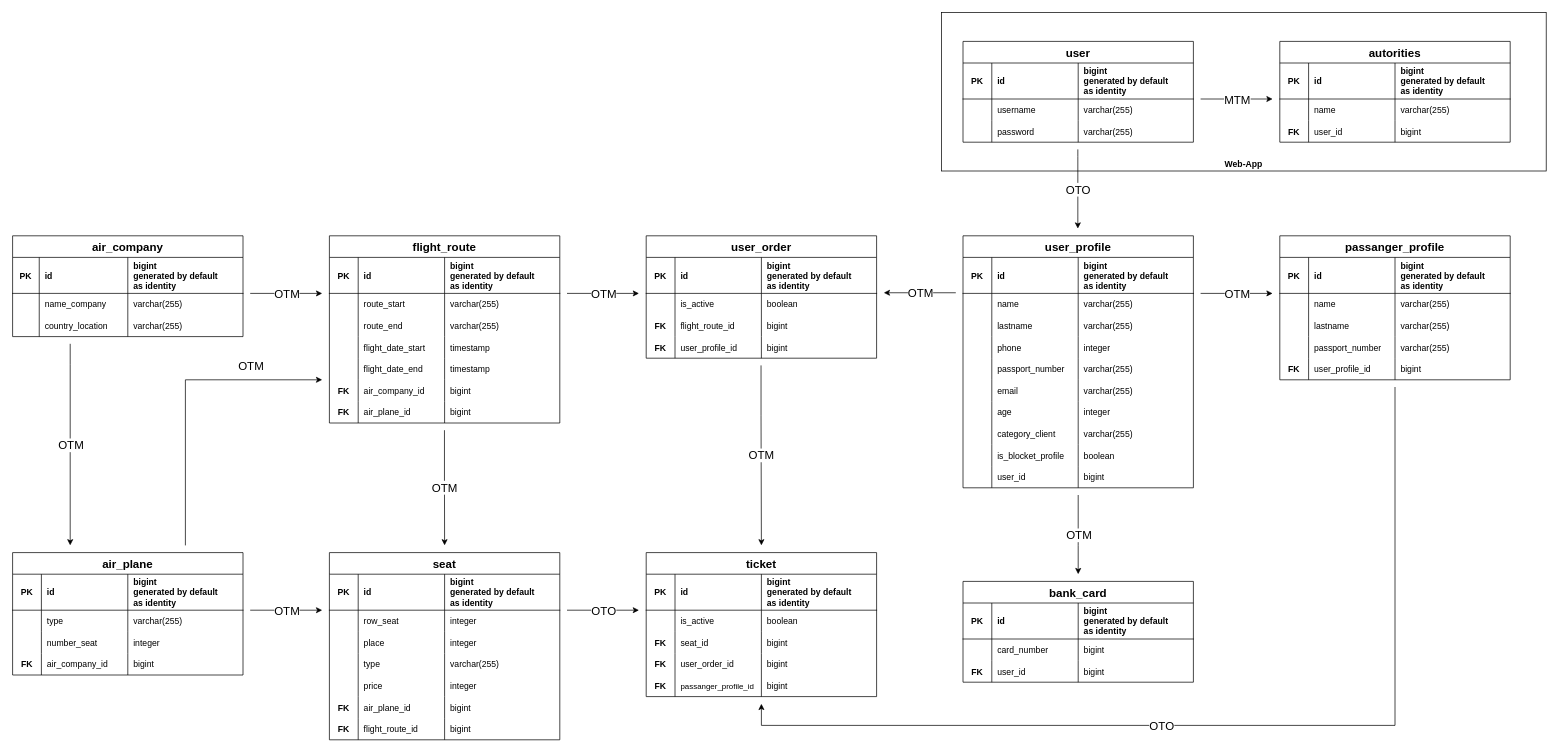
This is Untitled Diagram.drawio from anomalmishka/myProject, a draw.io file, before an edit. Source tidied: cells renumbered, new cells numbered last; positions are measured from the earlier drawing's top-left corner, leaving out a move shared by most shapes. Both pictures are drawn from the tidied source at 72%, with x=0, y=0 at pixel (12, 12).
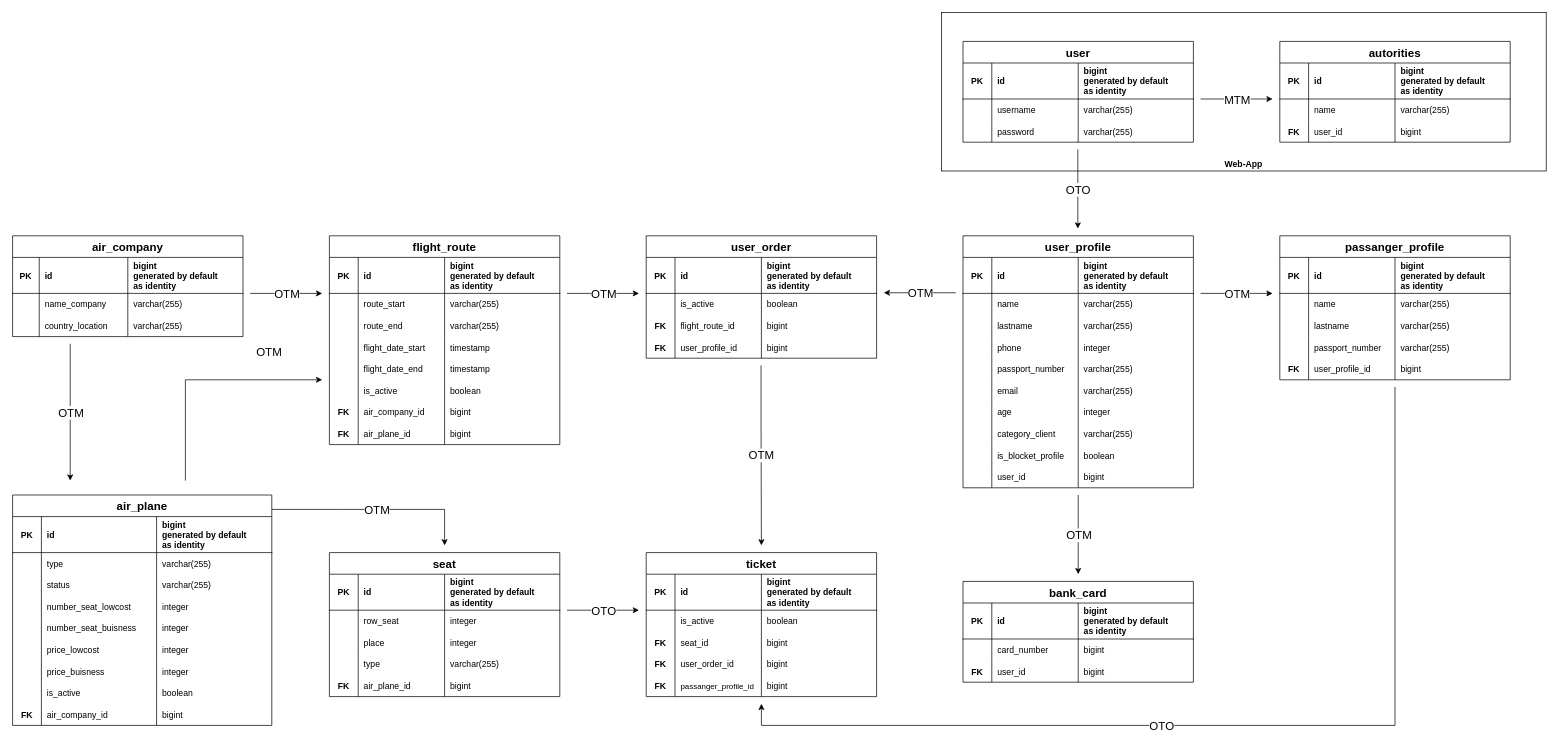
The same page after the edit.

The edit, as a diff of the source:
```diff
@@
     <mxCell id="91" style="endArrow=classic;html=1;rounded=0;fontSize=16;edgeStyle=orthogonalEdgeStyle;" parent="1" edge="1">
       <mxGeometry relative="1" as="geometry">
         <mxPoint x="80" y="460" as="sourcePoint" />
-        <mxPoint x="80" y="740" as="targetPoint" />
+        <mxPoint x="80" y="650" as="targetPoint" />
         <Array as="points">
           <mxPoint x="79.7" y="489" />
           <mxPoint x="79.7" y="709" />
         </Array>
       </mxGeometry>
     </mxCell>
@@
     <mxCell id="93" value="air_plane" style="shape=table;startSize=30;childLayout=tableLayout;rowLines=0;fontStyle=1;align=center;fontSize=16;spacing=2;" parent="1" vertex="1">
-      <mxGeometry y="750" width="320" height="170" as="geometry" />
+      <mxGeometry y="670" width="360" height="320" as="geometry" />
     </mxCell>
     <mxCell id="94" style="shape=partialRectangle;fillColor=none;top=0;left=0;right=0;bottom=1;" parent="93" vertex="1">
-      <mxGeometry y="30" width="320" height="50" as="geometry" />
+      <mxGeometry y="30" width="360" height="50" as="geometry" />
     </mxCell>
@@
     <mxCell id="96" value="id" style="shape=partialRectangle;overflow=hidden;fillColor=none;top=0;left=0;bottom=0;right=0;align=left;spacingLeft=6;fontStyle=1;" parent="94" vertex="1">
-      <mxGeometry x="40" width="120" height="50" as="geometry" />
+      <mxGeometry x="40" width="160" height="50" as="geometry" />
     </mxCell>
     <mxCell id="97" value="bigint &#10;generated by default &#10;as identity" style="shape=partialRectangle;overflow=hidden;fillColor=none;top=0;left=0;bottom=0;right=0;align=left;spacingLeft=6;fontStyle=1;spacing=2;" parent="94" vertex="1">
-      <mxGeometry x="160" width="160" height="50" as="geometry" />
+      <mxGeometry x="200" width="160" height="50" as="geometry" />
     </mxCell>
     <mxCell id="98" style="shape=partialRectangle;fillColor=none;top=0;left=0;right=0;bottom=0;" parent="93" vertex="1">
-      <mxGeometry y="80" width="320" height="30" as="geometry" />
+      <mxGeometry y="80" width="360" height="30" as="geometry" />
     </mxCell>
@@
     <mxCell id="100" value="type" style="shape=partialRectangle;overflow=hidden;fillColor=none;top=0;left=0;bottom=0;right=0;align=left;spacingLeft=6;fontStyle=0;" parent="98" vertex="1">
-      <mxGeometry x="40" width="120" height="30" as="geometry" />
+      <mxGeometry x="40" width="160" height="30" as="geometry" />
     </mxCell>
     <mxCell id="101" value="varchar(255)" style="shape=partialRectangle;overflow=hidden;fillColor=none;top=0;left=0;bottom=0;right=0;align=left;spacingLeft=6;fontStyle=0;" parent="98" vertex="1">
-      <mxGeometry x="160" width="160" height="30" as="geometry" />
+      <mxGeometry x="200" width="160" height="30" as="geometry" />
     </mxCell>
     <mxCell id="102" style="shape=partialRectangle;fillColor=none;top=0;left=0;right=0;bottom=0;" parent="93" vertex="1">
-      <mxGeometry y="110" width="320" height="30" as="geometry" />
+      <mxGeometry y="110" width="360" height="30" as="geometry" />
     </mxCell>
@@
-    <mxCell id="104" value="number_seat" style="shape=partialRectangle;overflow=hidden;fillColor=none;top=0;left=0;bottom=0;right=0;align=left;spacingLeft=6;fontStyle=0;" parent="102" vertex="1">
-      <mxGeometry x="40" width="120" height="30" as="geometry" />
+    <mxCell id="104" value="status" style="shape=partialRectangle;overflow=hidden;fillColor=none;top=0;left=0;bottom=0;right=0;align=left;spacingLeft=6;fontStyle=0;" parent="102" vertex="1">
+      <mxGeometry x="40" width="160" height="30" as="geometry" />
     </mxCell>
-    <mxCell id="105" value="integer" style="shape=partialRectangle;overflow=hidden;fillColor=none;top=0;left=0;bottom=0;right=0;align=left;spacingLeft=6;fontStyle=0;" parent="102" vertex="1">
-      <mxGeometry x="160" width="160" height="30" as="geometry" />
+    <mxCell id="105" value="varchar(255)" style="shape=partialRectangle;overflow=hidden;fillColor=none;top=0;left=0;bottom=0;right=0;align=left;spacingLeft=6;fontStyle=0;" parent="102" vertex="1">
+      <mxGeometry x="200" width="160" height="30" as="geometry" />
     </mxCell>
+    <mxCell id="258" style="shape=partialRectangle;fillColor=none;top=0;left=0;right=0;bottom=0;" parent="93" vertex="1">
+      <mxGeometry y="140" width="360" height="30" as="geometry" />
+    </mxCell>
+    <mxCell id="259" style="shape=partialRectangle;overflow=hidden;fillColor=none;top=0;left=0;bottom=0;right=0;" parent="258" vertex="1">
+      <mxGeometry width="40" height="30" as="geometry" />
+    </mxCell>
+    <mxCell id="260" value="number_seat_lowcost" style="shape=partialRectangle;overflow=hidden;fillColor=none;top=0;left=0;bottom=0;right=0;align=left;spacingLeft=6;fontStyle=0;" parent="258" vertex="1">
+      <mxGeometry x="40" width="160" height="30" as="geometry" />
+    </mxCell>
+    <mxCell id="261" value="integer" style="shape=partialRectangle;overflow=hidden;fillColor=none;top=0;left=0;bottom=0;right=0;align=left;spacingLeft=6;fontStyle=0;" parent="258" vertex="1">
+      <mxGeometry x="200" width="160" height="30" as="geometry" />
+    </mxCell>
+    <mxCell id="262" style="shape=partialRectangle;fillColor=none;top=0;left=0;right=0;bottom=0;" parent="93" vertex="1">
+      <mxGeometry y="170" width="360" height="30" as="geometry" />
+    </mxCell>
+    <mxCell id="263" style="shape=partialRectangle;overflow=hidden;fillColor=none;top=0;left=0;bottom=0;right=0;" parent="262" vertex="1">
+      <mxGeometry width="40" height="30" as="geometry" />
+    </mxCell>
+    <mxCell id="264" value="number_seat_buisness" style="shape=partialRectangle;overflow=hidden;fillColor=none;top=0;left=0;bottom=0;right=0;align=left;spacingLeft=6;fontStyle=0;" parent="262" vertex="1">
+      <mxGeometry x="40" width="160" height="30" as="geometry" />
+    </mxCell>
+    <mxCell id="265" value="integer" style="shape=partialRectangle;overflow=hidden;fillColor=none;top=0;left=0;bottom=0;right=0;align=left;spacingLeft=6;fontStyle=0;" parent="262" vertex="1">
+      <mxGeometry x="200" width="160" height="30" as="geometry" />
+    </mxCell>
+    <mxCell id="266" style="shape=partialRectangle;fillColor=none;top=0;left=0;right=0;bottom=0;" parent="93" vertex="1">
+      <mxGeometry y="200" width="360" height="30" as="geometry" />
+    </mxCell>
+    <mxCell id="267" style="shape=partialRectangle;overflow=hidden;fillColor=none;top=0;left=0;bottom=0;right=0;" parent="266" vertex="1">
+      <mxGeometry width="40" height="30" as="geometry" />
+    </mxCell>
+    <mxCell id="268" value="price_lowcost" style="shape=partialRectangle;overflow=hidden;fillColor=none;top=0;left=0;bottom=0;right=0;align=left;spacingLeft=6;fontStyle=0;" parent="266" vertex="1">
+      <mxGeometry x="40" width="160" height="30" as="geometry" />
+    </mxCell>
+    <mxCell id="269" value="integer" style="shape=partialRectangle;overflow=hidden;fillColor=none;top=0;left=0;bottom=0;right=0;align=left;spacingLeft=6;fontStyle=0;" parent="266" vertex="1">
+      <mxGeometry x="200" width="160" height="30" as="geometry" />
+    </mxCell>
+    <mxCell id="270" style="shape=partialRectangle;fillColor=none;top=0;left=0;right=0;bottom=0;" parent="93" vertex="1">
+      <mxGeometry y="230" width="360" height="30" as="geometry" />
+    </mxCell>
+    <mxCell id="271" style="shape=partialRectangle;overflow=hidden;fillColor=none;top=0;left=0;bottom=0;right=0;" parent="270" vertex="1">
+      <mxGeometry width="40" height="30" as="geometry" />
+    </mxCell>
+    <mxCell id="272" value="price_buisness" style="shape=partialRectangle;overflow=hidden;fillColor=none;top=0;left=0;bottom=0;right=0;align=left;spacingLeft=6;fontStyle=0;" parent="270" vertex="1">
+      <mxGeometry x="40" width="160" height="30" as="geometry" />
+    </mxCell>
+    <mxCell id="273" value="integer" style="shape=partialRectangle;overflow=hidden;fillColor=none;top=0;left=0;bottom=0;right=0;align=left;spacingLeft=6;fontStyle=0;" parent="270" vertex="1">
+      <mxGeometry x="200" width="160" height="30" as="geometry" />
+    </mxCell>
+    <mxCell id="274" style="shape=partialRectangle;fillColor=none;top=0;left=0;right=0;bottom=0;" parent="93" vertex="1">
+      <mxGeometry y="260" width="360" height="30" as="geometry" />
+    </mxCell>
+    <mxCell id="275" style="shape=partialRectangle;overflow=hidden;fillColor=none;top=0;left=0;bottom=0;right=0;" parent="274" vertex="1">
+      <mxGeometry width="40" height="30" as="geometry" />
+    </mxCell>
+    <mxCell id="276" value="is_active" style="shape=partialRectangle;overflow=hidden;fillColor=none;top=0;left=0;bottom=0;right=0;align=left;spacingLeft=6;fontStyle=0;" parent="274" vertex="1">
+      <mxGeometry x="40" width="160" height="30" as="geometry" />
+    </mxCell>
+    <mxCell id="277" value="boolean" style="shape=partialRectangle;overflow=hidden;fillColor=none;top=0;left=0;bottom=0;right=0;align=left;spacingLeft=6;fontStyle=0;" parent="274" vertex="1">
+      <mxGeometry x="200" width="160" height="30" as="geometry" />
+    </mxCell>
     <mxCell id="106" style="shape=partialRectangle;fillColor=none;top=0;left=0;right=0;bottom=0;" parent="93" vertex="1">
-      <mxGeometry y="140" width="320" height="30" as="geometry" />
+      <mxGeometry y="290" width="360" height="30" as="geometry" />
     </mxCell>
@@
     <mxCell id="108" value="air_company_id" style="shape=partialRectangle;overflow=hidden;fillColor=none;top=0;left=0;bottom=0;right=0;align=left;spacingLeft=6;" parent="106" vertex="1">
-      <mxGeometry x="40" width="120" height="30" as="geometry" />
+      <mxGeometry x="40" width="160" height="30" as="geometry" />
     </mxCell>
     <mxCell id="109" value="bigint" style="shape=partialRectangle;overflow=hidden;fillColor=none;top=0;left=0;bottom=0;right=0;align=left;spacingLeft=6;" parent="106" vertex="1">
-      <mxGeometry x="160" width="160" height="30" as="geometry" />
+      <mxGeometry x="200" width="160" height="30" as="geometry" />
     </mxCell>
     <mxCell id="110" value="flight_route" style="shape=table;startSize=30;childLayout=tableLayout;rowLines=0;fontStyle=1;align=center;fontSize=16;spacing=2;" parent="1" vertex="1">
-      <mxGeometry x="440" y="310" width="320" height="260" as="geometry" />
+      <mxGeometry x="440" y="310" width="320" height="290" as="geometry" />
     </mxCell>
@@
+    <mxCell id="278" style="shape=partialRectangle;fillColor=none;top=0;left=0;right=0;bottom=0;" parent="110" vertex="1">
+      <mxGeometry y="200" width="320" height="30" as="geometry" />
+    </mxCell>
+    <mxCell id="279" style="shape=partialRectangle;overflow=hidden;fillColor=none;top=0;left=0;bottom=0;right=0;fontStyle=1;" parent="278" vertex="1">
+      <mxGeometry width="40" height="30" as="geometry" />
+    </mxCell>
+    <mxCell id="280" value="is_active" style="shape=partialRectangle;overflow=hidden;fillColor=none;top=0;left=0;bottom=0;right=0;align=left;spacingLeft=6;" parent="278" vertex="1">
+      <mxGeometry x="40" width="120" height="30" as="geometry" />
+    </mxCell>
+    <mxCell id="281" value="boolean" style="shape=partialRectangle;overflow=hidden;fillColor=none;top=0;left=0;bottom=0;right=0;align=left;spacingLeft=6;" parent="278" vertex="1">
+      <mxGeometry x="160" width="160" height="30" as="geometry" />
+    </mxCell>
     <mxCell id="131" style="shape=partialRectangle;fillColor=none;top=0;left=0;right=0;bottom=0;" parent="110" vertex="1">
-      <mxGeometry y="200" width="320" height="30" as="geometry" />
+      <mxGeometry y="230" width="320" height="30" as="geometry" />
     </mxCell>
@@
     <mxCell id="135" style="shape=partialRectangle;fillColor=none;top=0;left=0;right=0;bottom=0;" parent="110" vertex="1">
-      <mxGeometry y="230" width="320" height="30" as="geometry" />
+      <mxGeometry y="260" width="320" height="30" as="geometry" />
     </mxCell>
@@
     <mxCell id="205" style="endArrow=classic;html=1;rounded=0;fontSize=16;edgeStyle=orthogonalEdgeStyle;" parent="1" edge="1">
       <mxGeometry relative="1" as="geometry">
-        <mxPoint x="240" y="740" as="sourcePoint" />
+        <mxPoint x="240" y="650" as="sourcePoint" />
         <mxPoint x="430" y="510" as="targetPoint" />
         <Array as="points">
           <mxPoint x="240" y="510" />
         </Array>
       </mxGeometry>
     </mxCell>
@@
     <mxCell id="219" value="seat" style="shape=table;startSize=30;childLayout=tableLayout;rowLines=0;fontStyle=1;align=center;fontSize=16;spacing=2;" parent="1" vertex="1">
-      <mxGeometry x="440" y="750" width="320" height="260" as="geometry" />
+      <mxGeometry x="440" y="750" width="320" height="200" as="geometry" />
     </mxCell>
@@
-    <mxCell id="236" style="shape=partialRectangle;fillColor=none;top=0;left=0;right=0;bottom=0;" parent="219" vertex="1">
-      <mxGeometry y="170" width="320" height="30" as="geometry" />
-    </mxCell>
-    <mxCell id="237" style="shape=partialRectangle;overflow=hidden;fillColor=none;top=0;left=0;bottom=0;right=0;" parent="236" vertex="1">
-      <mxGeometry width="40" height="30" as="geometry" />
-    </mxCell>
-    <mxCell id="238" value="price" style="shape=partialRectangle;overflow=hidden;fillColor=none;top=0;left=0;bottom=0;right=0;align=left;spacingLeft=6;fontStyle=0;" parent="236" vertex="1">
-      <mxGeometry x="40" width="120" height="30" as="geometry" />
-    </mxCell>
-    <mxCell id="239" value="integer" style="shape=partialRectangle;overflow=hidden;fillColor=none;top=0;left=0;bottom=0;right=0;align=left;spacingLeft=6;fontStyle=0;" parent="236" vertex="1">
-      <mxGeometry x="160" width="160" height="30" as="geometry" />
-    </mxCell>
     <mxCell id="240" style="shape=partialRectangle;fillColor=none;top=0;left=0;right=0;bottom=0;" parent="219" vertex="1">
-      <mxGeometry y="200" width="320" height="30" as="geometry" />
+      <mxGeometry y="170" width="320" height="30" as="geometry" />
     </mxCell>
@@
-    <mxCell id="244" style="shape=partialRectangle;fillColor=none;top=0;left=0;right=0;bottom=0;" parent="219" vertex="1">
-      <mxGeometry y="230" width="320" height="30" as="geometry" />
-    </mxCell>
-    <mxCell id="245" value="FK" style="shape=partialRectangle;overflow=hidden;fillColor=none;top=0;left=0;bottom=0;right=0;fontStyle=1;" parent="244" vertex="1">
-      <mxGeometry width="40" height="30" as="geometry" />
-    </mxCell>
-    <mxCell id="246" value="flight_route_id" style="shape=partialRectangle;overflow=hidden;fillColor=none;top=0;left=0;bottom=0;right=0;align=left;spacingLeft=6;" parent="244" vertex="1">
-      <mxGeometry x="40" width="120" height="30" as="geometry" />
-    </mxCell>
-    <mxCell id="247" value="bigint" style="shape=partialRectangle;overflow=hidden;fillColor=none;top=0;left=0;bottom=0;right=0;align=left;spacingLeft=6;" parent="244" vertex="1">
-      <mxGeometry x="160" width="160" height="30" as="geometry" />
-    </mxCell>
     <mxCell id="248" style="endArrow=classic;html=1;rounded=0;fontSize=16;edgeStyle=orthogonalEdgeStyle;" parent="1" edge="1">
       <mxGeometry relative="1" as="geometry">
-        <mxPoint x="330" y="830" as="sourcePoint" />
-        <mxPoint x="430" y="830" as="targetPoint" />
+        <mxPoint x="360" y="690" as="sourcePoint" />
+        <mxPoint x="600" y="740" as="targetPoint" />
         <Array as="points">
-          <mxPoint x="430" y="830" />
-          <mxPoint x="430" y="830" />
+          <mxPoint x="460" y="690" />
+          <mxPoint x="460" y="690" />
         </Array>
       </mxGeometry>
     </mxCell>
@@
-    <mxCell id="254" style="endArrow=classic;html=1;rounded=0;fontSize=16;edgeStyle=orthogonalEdgeStyle;" parent="1" edge="1">
-      <mxGeometry relative="1" as="geometry">
-        <mxPoint x="599.8" y="580" as="sourcePoint" />
-        <mxPoint x="600" y="740" as="targetPoint" />
-        <Array as="points">
-          <mxPoint x="599.8" y="650" />
-          <mxPoint x="599.8" y="650" />
-        </Array>
-      </mxGeometry>
-    </mxCell>
-    <mxCell id="255" value="OTM" style="edgeLabel;html=1;align=center;verticalAlign=middle;fontSize=16;" parent="254" vertex="1">
-      <mxGeometry relative="1" as="geometry" />
-    </mxCell>
```
